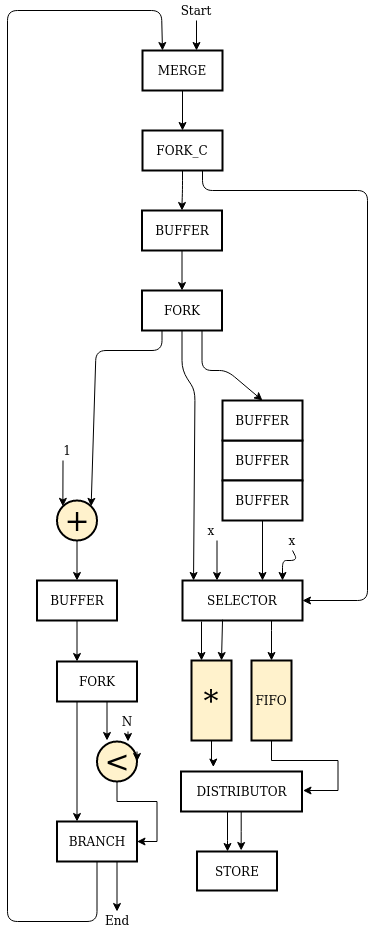
This is blocking_shared_solution.png from axelmarmet/intermediary-presentation, a draw.io export, as it was before one commit. Source tidied: cells renumbered, new cells last; positions are measured from the earlier drawing's top-left corner, leaving out a move shared by most shapes.
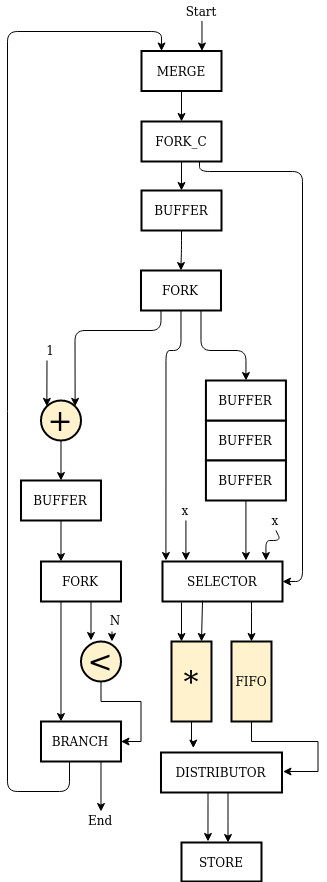
Above is the later version.

What changed in the source:
```diff
@@ -4,243 +4,240 @@
     <mxCell id="1" parent="0" />
     <mxCell id="2" style="endArrow=classic;html=1;entryX=0.75;entryY=0;entryDx=0;entryDy=0;" parent="1" edge="1">
       <mxGeometry relative="1" as="geometry">
-        <mxPoint x="209.5" y="540" as="sourcePoint" />
-        <mxPoint x="209.5" y="580" as="targetPoint" />
+        <mxPoint x="136.4" y="499" as="sourcePoint" />
+        <mxPoint x="136.4" y="539" as="targetPoint" />
       </mxGeometry>
     </mxCell>
-    <mxCell id="3" style="endArrow=classic;html=1;entryX=0.092;entryY=0;entryDx=0;entryDy=0;exitX=0.5;exitY=1;exitDx=0;exitDy=0;entryPerimeter=0;" parent="1" edge="1" source="8" target="38">
+    <mxCell id="3" style="endArrow=classic;html=1;entryX=0.25;entryY=0;entryDx=0;entryDy=0;exitX=0.5;exitY=1;exitDx=0;exitDy=0;" parent="1" edge="1" source="8">
       <mxGeometry relative="1" as="geometry">
+        <mxPoint x="116.4" y="539" as="targetPoint" />
         <Array as="points">
-          <mxPoint x="174.5" y="370" />
-          <mxPoint x="187.5" y="390" />
+          <mxPoint x="131.5" y="329" />
+          <mxPoint x="116.5" y="329" />
         </Array>
       </mxGeometry>
     </mxCell>
-    <mxCell id="4" style="endArrow=classic;html=1;entryX=0.5;entryY=0;entryDx=0;entryDy=0;exitX=0.75;exitY=1;exitDx=0;exitDy=0;" parent="1" edge="1" source="8" target="33">
+    <mxCell id="4" style="endArrow=classic;html=1;entryX=0.5;entryY=0;entryDx=0;entryDy=0;exitX=0.75;exitY=1;exitDx=0;exitDy=0;" parent="1" edge="1" source="8" target="35">
       <mxGeometry relative="1" as="geometry">
         <Array as="points">
-          <mxPoint x="194.5" y="370" />
-          <mxPoint x="219.5" y="370" />
+          <mxPoint x="151.5" y="329" />
+          <mxPoint x="196.5" y="329" />
         </Array>
       </mxGeometry>
     </mxCell>
     <mxCell id="5" style="endArrow=classic;html=1;entryX=0.75;entryY=0;entryDx=0;entryDy=0;exitX=0.5;exitY=1;exitDx=0;exitDy=0;" parent="1" edge="1" source="6">
       <mxGeometry relative="1" as="geometry">
-        <mxPoint x="275" y="580" as="targetPoint" />
+        <mxPoint x="216.4" y="539" as="targetPoint" />
         <Array as="points">
-          <mxPoint x="290" y="560" />
-          <mxPoint x="275" y="560" />
+          <mxPoint x="231.4" y="519" />
+          <mxPoint x="216.4" y="519" />
         </Array>
       </mxGeometry>
     </mxCell>
     <mxCell id="6" value="&lt;div&gt;x&lt;br&gt;&lt;/div&gt;" style="text;html=1;strokeColor=none;fillColor=none;align=center;verticalAlign=middle;whiteSpace=wrap;rounded=0;" parent="1" vertex="1">
-      <mxGeometry x="265" y="530" width="40" height="20" as="geometry" />
+      <mxGeometry x="206.4" y="489" width="40" height="20" as="geometry" />
     </mxCell>
     <mxCell id="7" value="&lt;div&gt;x&lt;br&gt;&lt;/div&gt;" style="text;html=1;strokeColor=none;fillColor=none;align=center;verticalAlign=middle;whiteSpace=wrap;rounded=0;" parent="1" vertex="1">
-      <mxGeometry x="184" y="520" width="40" height="20" as="geometry" />
+      <mxGeometry x="116.4" y="479" width="40" height="20" as="geometry" />
     </mxCell>
     <mxCell id="8" value="FORK" style="rounded=0;whiteSpace=wrap;html=1;strokeColor=#000000;strokeWidth=2;" parent="1" vertex="1">
-      <mxGeometry x="134.5" y="290" width="80" height="40" as="geometry" />
+      <mxGeometry x="91.5" y="249" width="80" height="40" as="geometry" />
     </mxCell>
-    <mxCell id="9" style="edgeStyle=orthogonalEdgeStyle;rounded=1;jettySize=auto;html=1;fontSize=30;" parent="1" edge="1" source="10" target="51">
+    <mxCell id="9" style="edgeStyle=orthogonalEdgeStyle;rounded=0;jettySize=auto;html=1;" parent="1" edge="1" source="10" target="52">
       <mxGeometry relative="1" as="geometry" />
     </mxCell>
     <mxCell id="10" value="MERGE" style="rounded=0;whiteSpace=wrap;html=1;strokeColor=#000000;strokeWidth=2;" parent="1" vertex="1">
-      <mxGeometry x="135" y="50" width="80" height="40" as="geometry" />
+      <mxGeometry x="92" y="29.5" width="80" height="40" as="geometry" />
     </mxCell>
-    <mxCell id="11" style="edgeStyle=orthogonalEdgeStyle;rounded=0;jettySize=auto;html=1;fontSize=30;" parent="1" edge="1" source="12" target="31">
+    <mxCell id="11" style="edgeStyle=orthogonalEdgeStyle;rounded=0;jettySize=auto;html=1;fontSize=30;" parent="1" edge="1" source="12" target="33">
       <mxGeometry relative="1" as="geometry" />
     </mxCell>
     <mxCell id="12" value="&lt;div style=&quot;font-size: 30px&quot;&gt;&lt;font style=&quot;font-size: 30px&quot;&gt;+&lt;br&gt;&lt;/font&gt;&lt;/div&gt;" style="ellipse;whiteSpace=wrap;html=1;strokeColor=#000000;strokeWidth=2;fillColor=#fff2cc;" parent="1" vertex="1">
-      <mxGeometry x="49.5" y="500" width="40" height="40" as="geometry" />
+      <mxGeometry x="-8.5" y="379" width="40" height="40" as="geometry" />
     </mxCell>
     <mxCell id="13" style="endArrow=classic;html=1;exitX=0.25;exitY=1;exitDx=0;exitDy=0;entryX=1;entryY=0;entryDx=0;entryDy=0;" parent="1" edge="1" source="8" target="12">
       <mxGeometry relative="1" as="geometry">
         <Array as="points">
-          <mxPoint x="154.5" y="350" />
-          <mxPoint x="88.5" y="350" />
+          <mxPoint x="111.5" y="309" />
+          <mxPoint x="25.5" y="309" />
         </Array>
       </mxGeometry>
     </mxCell>
     <mxCell id="14" style="endArrow=classic;html=1;entryX=0;entryY=0;entryDx=0;entryDy=0;" parent="1" edge="1" target="12">
       <mxGeometry relative="1" as="geometry">
-        <mxPoint x="55.5" y="460" as="sourcePoint" />
+        <mxPoint x="-2.5" y="339" as="sourcePoint" />
       </mxGeometry>
     </mxCell>
     <mxCell id="15" style="edgeStyle=orthogonalEdgeStyle;rounded=0;jettySize=auto;html=1;entryX=1;entryY=0.5;entryDx=0;entryDy=0;fontSize=30;" parent="1" edge="1" source="16" target="25">
       <mxGeometry relative="1" as="geometry" />
     </mxCell>
     <mxCell id="16" value="&amp;lt;" style="ellipse;whiteSpace=wrap;html=1;strokeColor=#000000;strokeWidth=2;fillColor=#fff2cc;fontSize=30;" parent="1" vertex="1">
-      <mxGeometry x="89.5" y="741" width="40" height="40" as="geometry" />
+      <mxGeometry x="31.5" y="620" width="40" height="40" as="geometry" />
     </mxCell>
     <mxCell id="17" style="edgeStyle=orthogonalEdgeStyle;rounded=0;jettySize=auto;html=1;exitX=0.25;exitY=1;exitDx=0;exitDy=0;entryX=0.25;entryY=-0.025;entryDx=0;entryDy=0;entryPerimeter=0;fontSize=30;" parent="1" edge="1" source="18" target="16">
       <mxGeometry relative="1" as="geometry" />
     </mxCell>
     <mxCell id="18" value="N" style="text;html=1;strokeColor=none;fillColor=none;align=center;verticalAlign=middle;whiteSpace=wrap;rounded=0;" parent="1" vertex="1">
-      <mxGeometry x="89.5" y="681" width="40" height="20" as="geometry" />
+      <mxGeometry x="31.5" y="560" width="40" height="20" as="geometry" />
     </mxCell>
     <mxCell id="19" value="FORK" style="rounded=0;whiteSpace=wrap;html=1;strokeColor=#000000;strokeWidth=2;" parent="1" vertex="1">
-      <mxGeometry x="49.5" y="661" width="80" height="40" as="geometry" />
+      <mxGeometry x="-8.5" y="540" width="80" height="40" as="geometry" />
     </mxCell>
     <mxCell id="20" style="edgeStyle=orthogonalEdgeStyle;rounded=0;jettySize=auto;html=1;entryX=0.775;entryY=0;entryDx=0;entryDy=0;entryPerimeter=0;fontSize=30;" parent="1" edge="1" target="16">
       <mxGeometry relative="1" as="geometry">
-        <mxPoint x="120.5" y="731" as="sourcePoint" />
+        <mxPoint x="62.5" y="610" as="sourcePoint" />
       </mxGeometry>
     </mxCell>
     <mxCell id="21" value="N" style="text;html=1;strokeColor=none;fillColor=none;align=center;verticalAlign=middle;whiteSpace=wrap;rounded=0;" parent="1" vertex="1">
-      <mxGeometry x="99.5" y="711" width="40" height="20" as="geometry" />
+      <mxGeometry x="46.5" y="589" width="40" height="20" as="geometry" />
     </mxCell>
     <mxCell id="22" style="edgeStyle=orthogonalEdgeStyle;rounded=0;jettySize=auto;html=1;fontSize=30;exitX=0.25;exitY=1;exitDx=0;exitDy=0;" parent="1" edge="1" source="19">
       <mxGeometry relative="1" as="geometry">
-        <mxPoint x="69.5" y="821" as="targetPoint" />
+        <mxPoint x="11.5" y="700" as="targetPoint" />
       </mxGeometry>
     </mxCell>
     <mxCell id="23" style="edgeStyle=orthogonalEdgeStyle;rounded=0;jettySize=auto;html=1;fontSize=30;" parent="1" edge="1" source="25">
       <mxGeometry relative="1" as="geometry">
-        <mxPoint x="109.5" y="911" as="targetPoint" />
+        <mxPoint x="51.5" y="790" as="targetPoint" />
         <Array as="points">
-          <mxPoint x="109.5" y="911" />
+          <mxPoint x="51.5" y="790" />
         </Array>
       </mxGeometry>
     </mxCell>
-    <mxCell id="24" style="edgeStyle=orthogonalEdgeStyle;rounded=1;jettySize=auto;html=1;fontSize=30;entryX=0.25;entryY=0;entryDx=0;entryDy=0;" parent="1" edge="1" source="25" target="10">
+    <mxCell id="24" style="edgeStyle=orthogonalEdgeStyle;rounded=1;jettySize=auto;html=1;entryX=0.25;entryY=0;entryDx=0;entryDy=0;fontSize=30;" parent="1" edge="1" source="25" target="10">
       <mxGeometry relative="1" as="geometry">
         <Array as="points">
-          <mxPoint y="921" />
-          <mxPoint y="10" />
-          <mxPoint x="154" y="10" />
+          <mxPoint x="20" y="770" />
+          <mxPoint x="-42" y="770" />
+          <mxPoint x="-42" y="10" />
+          <mxPoint x="112" y="10" />
         </Array>
       </mxGeometry>
     </mxCell>
     <mxCell id="25" value="BRANCH" style="rounded=0;whiteSpace=wrap;html=1;strokeColor=#000000;strokeWidth=2;" parent="1" vertex="1">
-      <mxGeometry x="49.5" y="821" width="80" height="40" as="geometry" />
+      <mxGeometry x="-8.5" y="700" width="80" height="40" as="geometry" />
     </mxCell>
-    <mxCell id="26" value="1" style="text;html=1;strokeColor=none;fillColor=none;align=center;verticalAlign=middle;whiteSpace=wrap;rounded=0;" parent="1" vertex="1">
-      <mxGeometry x="39.5" y="440" width="40" height="20" as="geometry" />
+    <mxCell id="26" style="edgeStyle=orthogonalEdgeStyle;rounded=0;orthogonalLoop=1;jettySize=auto;html=1;" parent="1" edge="1">
+      <mxGeometry relative="1" as="geometry">
+        <mxPoint x="152.5" y="-0.5" as="sourcePoint" />
+        <mxPoint x="152.5" y="29.5" as="targetPoint" />
+      </mxGeometry>
     </mxCell>
-    <mxCell id="27" value="End" style="text;html=1;strokeColor=none;fillColor=none;align=center;verticalAlign=middle;whiteSpace=wrap;rounded=0;" parent="1" vertex="1">
-      <mxGeometry x="89.5" y="910" width="40" height="20" as="geometry" />
+    <mxCell id="27" value="Start" style="text;html=1;strokeColor=none;fillColor=none;align=center;verticalAlign=middle;whiteSpace=wrap;rounded=0;" parent="1" vertex="1">
+      <mxGeometry x="132.5" y="-20.5" width="40" height="20" as="geometry" />
     </mxCell>
-    <mxCell id="28" style="edgeStyle=orthogonalEdgeStyle;rounded=1;jettySize=auto;html=1;entryX=0.5;entryY=0;entryDx=0;entryDy=0;fontSize=30;" parent="1" edge="1" source="29" target="8">
-      <mxGeometry relative="1" as="geometry" />
+    <mxCell id="28" value="1" style="text;html=1;strokeColor=none;fillColor=none;align=center;verticalAlign=middle;whiteSpace=wrap;rounded=0;" parent="1" vertex="1">
+      <mxGeometry x="-18.5" y="319" width="40" height="20" as="geometry" />
     </mxCell>
-    <mxCell id="29" value="BUFFER" style="rounded=0;whiteSpace=wrap;html=1;strokeColor=#000000;strokeWidth=2;" parent="1" vertex="1">
-      <mxGeometry x="134.5" y="210" width="80" height="40" as="geometry" />
+    <mxCell id="29" value="End" style="text;html=1;strokeColor=none;fillColor=none;align=center;verticalAlign=middle;whiteSpace=wrap;rounded=0;rotation=0;" parent="1" vertex="1">
+      <mxGeometry x="31.5" y="789" width="40" height="20" as="geometry" />
     </mxCell>
-    <mxCell id="30" style="edgeStyle=orthogonalEdgeStyle;rounded=0;jettySize=auto;html=1;entryX=0.25;entryY=0;entryDx=0;entryDy=0;fontSize=30;" parent="1" edge="1" source="31" target="19">
+    <mxCell id="30" style="edgeStyle=orthogonalEdgeStyle;rounded=1;jettySize=auto;html=1;entryX=0.5;entryY=0;entryDx=0;entryDy=0;fontSize=30;" parent="1" edge="1" source="31" target="8">
       <mxGeometry relative="1" as="geometry" />
     </mxCell>
     <mxCell id="31" value="BUFFER" style="rounded=0;whiteSpace=wrap;html=1;strokeColor=#000000;strokeWidth=2;" parent="1" vertex="1">
-      <mxGeometry x="29.5" y="580" width="80" height="40" as="geometry" />
+      <mxGeometry x="92" y="169" width="80" height="40" as="geometry" />
     </mxCell>
-    <mxCell id="32" value="BUFFER" style="rounded=0;whiteSpace=wrap;html=1;strokeColor=#000000;strokeWidth=2;" parent="1" vertex="1">
-      <mxGeometry x="215" y="440" width="80" height="40" as="geometry" />
+    <mxCell id="32" style="edgeStyle=orthogonalEdgeStyle;rounded=0;jettySize=auto;html=1;entryX=0.25;entryY=0;entryDx=0;entryDy=0;fontSize=30;" parent="1" edge="1" source="33" target="19">
+      <mxGeometry relative="1" as="geometry" />
     </mxCell>
     <mxCell id="33" value="BUFFER" style="rounded=0;whiteSpace=wrap;html=1;strokeColor=#000000;strokeWidth=2;" parent="1" vertex="1">
-      <mxGeometry x="215" y="400" width="80" height="40" as="geometry" />
+      <mxGeometry x="-28.5" y="459" width="80" height="40" as="geometry" />
     </mxCell>
-    <mxCell id="34" style="edgeStyle=orthogonalEdgeStyle;rounded=0;jettySize=auto;html=1;entryX=0.25;entryY=0;entryDx=0;entryDy=0;fontSize=30;" parent="1" edge="1" source="35">
-      <mxGeometry relative="1" as="geometry">
-        <mxPoint x="255" y="580" as="targetPoint" />
-      </mxGeometry>
+    <mxCell id="34" value="BUFFER" style="rounded=0;whiteSpace=wrap;html=1;strokeColor=#000000;strokeWidth=2;" parent="1" vertex="1">
+      <mxGeometry x="156.4" y="399" width="80" height="40" as="geometry" />
     </mxCell>
     <mxCell id="35" value="BUFFER" style="rounded=0;whiteSpace=wrap;html=1;strokeColor=#000000;strokeWidth=2;" parent="1" vertex="1">
-      <mxGeometry x="215" y="480" width="80" height="40" as="geometry" />
+      <mxGeometry x="156.4" y="359" width="80" height="40" as="geometry" />
     </mxCell>
-    <mxCell id="36" style="edgeStyle=orthogonalEdgeStyle;rounded=0;orthogonalLoop=1;jettySize=auto;html=1;entryX=0.775;entryY=0;entryDx=0;entryDy=0;entryPerimeter=0;fontSize=30;" parent="1" edge="1">
+    <mxCell id="36" style="edgeStyle=orthogonalEdgeStyle;rounded=0;jettySize=auto;html=1;entryX=0.25;entryY=0;entryDx=0;entryDy=0;fontSize=30;" parent="1" edge="1" source="37">
       <mxGeometry relative="1" as="geometry">
-        <mxPoint x="129.5" y="751" as="sourcePoint" />
-        <mxPoint x="129.5" y="761" as="targetPoint" />
+        <mxPoint x="196.4" y="539" as="targetPoint" />
       </mxGeometry>
     </mxCell>
-    <mxCell id="37" style="edgeStyle=orthogonalEdgeStyle;rounded=0;orthogonalLoop=1;jettySize=auto;html=1;fontSize=30;" parent="1" edge="1">
-      <mxGeometry relative="1" as="geometry">
-        <mxPoint x="264" y="620" as="sourcePoint" />
-        <mxPoint x="264" y="660" as="targetPoint" />
-        <Array as="points">
-          <mxPoint x="264" y="630" />
-          <mxPoint x="264" y="630" />
-        </Array>
-      </mxGeometry>
+    <mxCell id="37" value="BUFFER" style="rounded=0;whiteSpace=wrap;html=1;strokeColor=#000000;strokeWidth=2;" parent="1" vertex="1">
+      <mxGeometry x="156.4" y="439" width="80" height="40" as="geometry" />
     </mxCell>
-    <mxCell id="38" value="SELECTOR" style="rounded=0;whiteSpace=wrap;html=1;strokeColor=#000000;strokeWidth=2;" parent="1" vertex="1">
-      <mxGeometry x="175" y="580" width="120" height="40" as="geometry" />
+    <mxCell id="38" style="edgeStyle=orthogonalEdgeStyle;rounded=0;orthogonalLoop=1;jettySize=auto;html=1;fontSize=30;" parent="1" edge="1">
+      <mxGeometry relative="1" as="geometry">
+        <mxPoint x="202" y="580" as="sourcePoint" />
+        <mxPoint x="202" y="620" as="targetPoint" />
+        <Array as="points">
+          <mxPoint x="202" y="590" />
+          <mxPoint x="202" y="590" />
+        </Array>
+      </mxGeometry>
     </mxCell>
-    <mxCell id="39" style="edgeStyle=orthogonalEdgeStyle;rounded=0;jettySize=auto;html=1;entryX=0.263;entryY=-0.086;entryDx=0;entryDy=0;entryPerimeter=0;fontSize=30;" parent="1" edge="1" source="40">
-      <mxGeometry relative="1" as="geometry">
-        <mxPoint x="205.8" y="766.6" as="targetPoint" />
-      </mxGeometry>
+    <mxCell id="39" value="SELECTOR" style="rounded=0;whiteSpace=wrap;html=1;strokeColor=#000000;strokeWidth=2;" parent="1" vertex="1">
+      <mxGeometry x="113" y="540" width="120" height="40" as="geometry" />
     </mxCell>
-    <mxCell id="40" value="&lt;div&gt;&lt;font style=&quot;font-size: 30px&quot;&gt;*&lt;/font&gt;&lt;/div&gt;" style="rounded=0;whiteSpace=wrap;html=1;fillColor=#fff2cc;strokeColor=#000000;strokeWidth=2;" parent="1" vertex="1">
-      <mxGeometry x="184" y="660" width="40" height="80" as="geometry" />
+    <mxCell id="40" style="edgeStyle=orthogonalEdgeStyle;rounded=0;jettySize=auto;html=1;entryX=0.263;entryY=-0.086;entryDx=0;entryDy=0;entryPerimeter=0;fontSize=30;" parent="1" edge="1" source="41">
+      <mxGeometry relative="1" as="geometry">
+        <mxPoint x="143.8" y="726.6" as="targetPoint" />
+      </mxGeometry>
     </mxCell>
-    <mxCell id="41" style="endArrow=classic;html=1;entryX=0.75;entryY=0;entryDx=0;entryDy=0;exitX=0.342;exitY=0.979;exitDx=0;exitDy=0;exitPerimeter=0;" parent="1" edge="1" target="40">
-      <mxGeometry relative="1" as="geometry">
-        <mxPoint x="215" y="619.2" as="sourcePoint" />
-      </mxGeometry>
+    <mxCell id="41" value="&lt;div&gt;&lt;font style=&quot;font-size: 30px&quot;&gt;*&lt;/font&gt;&lt;/div&gt;" style="rounded=0;whiteSpace=wrap;html=1;fillColor=#fff2cc;strokeColor=#000000;strokeWidth=2;" parent="1" vertex="1">
+      <mxGeometry x="122" y="620" width="40" height="80" as="geometry" />
     </mxCell>
-    <mxCell id="42" style="endArrow=classic;html=1;entryX=0.25;entryY=0;entryDx=0;entryDy=0;" parent="1" edge="1" target="40">
+    <mxCell id="42" style="endArrow=classic;html=1;entryX=0.75;entryY=0;entryDx=0;entryDy=0;exitX=0.342;exitY=0.979;exitDx=0;exitDy=0;exitPerimeter=0;" parent="1" edge="1" target="41">
       <mxGeometry relative="1" as="geometry">
-        <mxPoint x="194" y="621" as="sourcePoint" />
+        <mxPoint x="153" y="579.2" as="sourcePoint" />
       </mxGeometry>
     </mxCell>
-    <mxCell id="43" style="edgeStyle=orthogonalEdgeStyle;rounded=0;jettySize=auto;html=1;entryX=0.552;entryY=-0.026;entryDx=0;entryDy=0;entryPerimeter=0;" parent="1" edge="1" source="45" target="48">
+    <mxCell id="43" style="endArrow=classic;html=1;entryX=0.25;entryY=0;entryDx=0;entryDy=0;" parent="1" edge="1" target="41">
       <mxGeometry relative="1" as="geometry">
-        <Array as="points">
-          <mxPoint x="234" y="831" />
-        </Array>
+        <mxPoint x="132" y="581" as="sourcePoint" />
       </mxGeometry>
     </mxCell>
-    <mxCell id="44" style="edgeStyle=orthogonalEdgeStyle;rounded=0;jettySize=auto;html=1;" parent="1" edge="1" source="45" target="48">
+    <mxCell id="44" style="edgeStyle=orthogonalEdgeStyle;rounded=0;jettySize=auto;html=1;entryX=0.331;entryY=-0.026;entryDx=0;entryDy=0;entryPerimeter=0;" parent="1" edge="1" source="46" target="49">
       <mxGeometry relative="1" as="geometry">
         <Array as="points">
-          <mxPoint x="220" y="840" />
-          <mxPoint x="220" y="840" />
+          <mxPoint x="158.5" y="780" />
+          <mxPoint x="158.5" y="780" />
         </Array>
       </mxGeometry>
     </mxCell>
-    <mxCell id="45" value="DISTRIBUTOR" style="rounded=0;whiteSpace=wrap;html=1;strokeColor=#000000;strokeWidth=2;" parent="1" vertex="1">
-      <mxGeometry x="173.5" y="771" width="121" height="40" as="geometry" />
+    <mxCell id="45" style="edgeStyle=orthogonalEdgeStyle;rounded=0;jettySize=auto;html=1;" parent="1" edge="1" source="46" target="49">
+      <mxGeometry relative="1" as="geometry">
+        <Array as="points">
+          <mxPoint x="178.5" y="800" />
+          <mxPoint x="178.5" y="800" />
+        </Array>
+      </mxGeometry>
     </mxCell>
-    <mxCell id="46" style="edgeStyle=orthogonalEdgeStyle;rounded=0;jettySize=auto;html=1;fontSize=30;exitX=0.5;exitY=1;exitDx=0;exitDy=0;" parent="1" edge="1" source="47">
-      <mxGeometry relative="1" as="geometry">
-        <mxPoint x="295.5" y="790" as="targetPoint" />
-        <Array as="points">
-          <mxPoint x="263.5" y="760" />
-          <mxPoint x="330.5" y="760" />
-          <mxPoint x="330.5" y="790" />
-        </Array>
-      </mxGeometry>
+    <mxCell id="46" value="DISTRIBUTOR" style="rounded=0;whiteSpace=wrap;html=1;strokeColor=#000000;strokeWidth=2;" parent="1" vertex="1">
+      <mxGeometry x="111.5" y="731" width="121" height="40" as="geometry" />
     </mxCell>
-    <mxCell id="47" value="FIFO" style="rounded=0;whiteSpace=wrap;html=1;fillColor=#fff2cc;strokeColor=#000000;strokeWidth=2;" parent="1" vertex="1">
-      <mxGeometry x="244" y="660" width="40" height="80" as="geometry" />
+    <mxCell id="47" style="edgeStyle=orthogonalEdgeStyle;rounded=0;jettySize=auto;html=1;fontSize=30;exitX=0.5;exitY=1;exitDx=0;exitDy=0;" parent="1" edge="1" source="48">
+      <mxGeometry relative="1" as="geometry">
+        <mxPoint x="233.5" y="750" as="targetPoint" />
+        <Array as="points">
+          <mxPoint x="201.5" y="720" />
+          <mxPoint x="268.5" y="720" />
+          <mxPoint x="268.5" y="750" />
+        </Array>
+      </mxGeometry>
     </mxCell>
-    <mxCell id="48" value="STORE" style="rounded=0;whiteSpace=wrap;html=1;strokeColor=#000000;strokeWidth=2;" parent="1" vertex="1">
-      <mxGeometry x="189.5" y="851" width="80" height="39" as="geometry" />
+    <mxCell id="48" value="FIFO" style="rounded=0;whiteSpace=wrap;html=1;fillColor=#fff2cc;strokeColor=#000000;strokeWidth=2;" parent="1" vertex="1">
+      <mxGeometry x="182" y="620" width="40" height="80" as="geometry" />
     </mxCell>
-    <mxCell id="49" style="edgeStyle=orthogonalEdgeStyle;rounded=1;jettySize=auto;html=1;fontSize=30;" parent="1" edge="1" source="51" target="29">
-      <mxGeometry relative="1" as="geometry" />
+    <mxCell id="49" value="STORE" style="rounded=0;whiteSpace=wrap;html=1;strokeColor=#000000;strokeWidth=2;" parent="1" vertex="1">
+      <mxGeometry x="132" y="821" width="80" height="39" as="geometry" />
     </mxCell>
-    <mxCell id="50" style="edgeStyle=orthogonalEdgeStyle;rounded=1;jettySize=auto;html=1;entryX=1;entryY=0.5;entryDx=0;entryDy=0;fontSize=30;exitX=0.75;exitY=1;exitDx=0;exitDy=0;" parent="1" edge="1" source="51" target="38">
-      <mxGeometry relative="1" as="geometry">
-        <Array as="points">
-          <mxPoint x="195" y="190" />
-          <mxPoint x="360" y="190" />
-          <mxPoint x="360" y="600" />
-        </Array>
-      </mxGeometry>
+    <mxCell id="50" style="edgeStyle=orthogonalEdgeStyle;rounded=0;jettySize=auto;html=1;entryX=0.5;entryY=0;entryDx=0;entryDy=0;" parent="1" edge="1" source="52" target="31">
+      <mxGeometry relative="1" as="geometry" />
     </mxCell>
-    <mxCell id="51" value="FORK_C" style="rounded=0;whiteSpace=wrap;html=1;strokeColor=#000000;strokeWidth=2;" parent="1" vertex="1">
-      <mxGeometry x="135" y="130" width="80" height="40" as="geometry" />
+    <mxCell id="51" style="edgeStyle=orthogonalEdgeStyle;rounded=1;jettySize=auto;html=1;entryX=1;entryY=0.5;entryDx=0;entryDy=0;" parent="1" edge="1" source="52" target="39">
+      <mxGeometry relative="1" as="geometry">
+        <Array as="points">
+          <mxPoint x="150" y="150" />
+          <mxPoint x="253" y="150" />
+          <mxPoint x="253" y="560" />
+        </Array>
+      </mxGeometry>
     </mxCell>
-    <mxCell id="52" style="edgeStyle=orthogonalEdgeStyle;rounded=0;orthogonalLoop=1;jettySize=auto;html=1;" parent="1" edge="1">
-      <mxGeometry relative="1" as="geometry">
-        <mxPoint x="189" y="20" as="sourcePoint" />
-        <mxPoint x="189" y="50" as="targetPoint" />
-      </mxGeometry>
+    <mxCell id="52" value="FORK_C" style="rounded=0;whiteSpace=wrap;html=1;strokeColor=#000000;strokeWidth=2;" parent="1" vertex="1">
+      <mxGeometry x="92" y="100" width="80" height="40" as="geometry" />
     </mxCell>
-    <mxCell id="53" value="Start" style="text;html=1;strokeColor=none;fillColor=none;align=center;verticalAlign=middle;whiteSpace=wrap;rounded=0;" parent="1" vertex="1">
-      <mxGeometry x="169" width="40" height="20" as="geometry" />
-    </mxCell>
   </root>
 </mxGraphModel>
```
